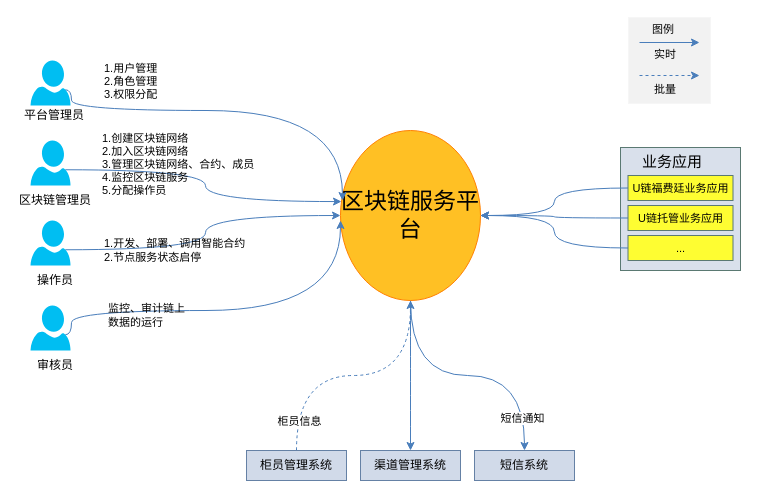
Earlier version of the draw.io diagram repository/drawio/postb/系统上下文_yc.drawio (dilide/collections). Source tidied: cells renumbered, new cells numbered last; positions are measured from the earlier drawing's top-left corner, leaving out a move shared by most shapes. Both pictures are drawn from the tidied source at 100%, with x=0, y=0 at pixel (17, 17).
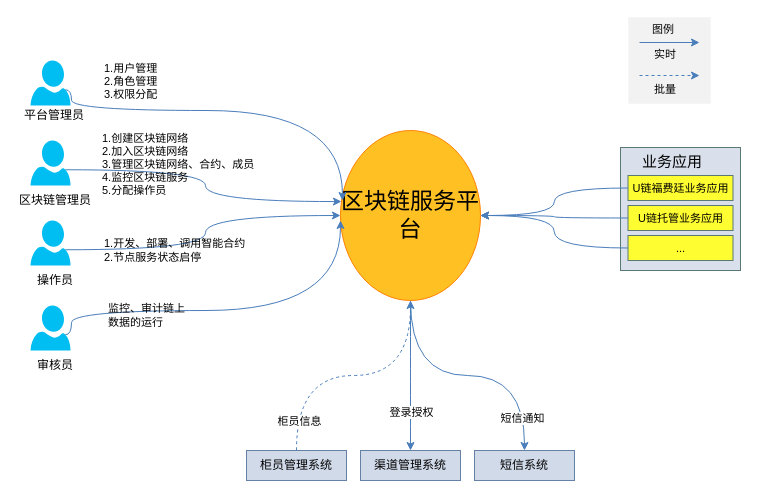
The same page after the edit.

Commit message:
Update 系统上下文_yc.drawio

Unchanged cells that the change refers to:
```xml
<mxCell id="4" style="edgeStyle=orthogonalEdgeStyle;curved=1;rounded=0;jettySize=auto;html=1;exitX=0.5;exitY=1;exitDx=0;exitDy=0;entryX=0.5;entryY=0;entryDx=0;entryDy=0;strokeColor=#4A7EBB;fontSize=11;" parent="1" edge="1" source="5" target="25">
  <mxGeometry relative="1" as="geometry" />
</mxCell>
```

Diff of the diagram source:
```diff
@@
+    <mxCell id="41" value="登录授权" style="text;html=1;align=center;verticalAlign=middle;labelBackgroundColor=#ffffff;fontSize=11;" parent="4" vertex="1">
+      <mxGeometry x="0.48" relative="1" as="geometry" />
+    </mxCell>
```
